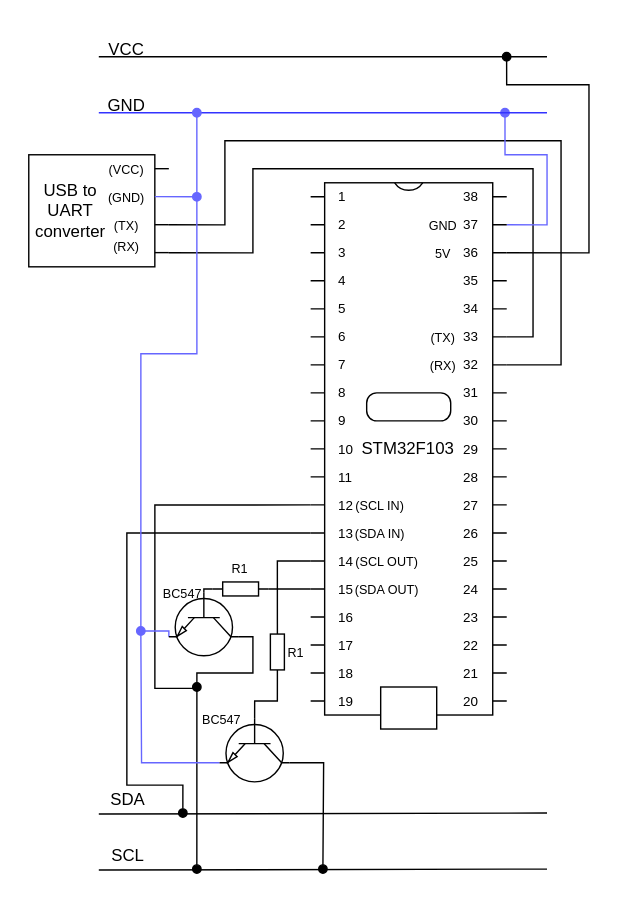
The draw.io diagram doc/stm32_i2c.svg in mateuszbugaj/CrossCompiledI2C, before a commit. Source tidied: cells renumbered, new cells last; positions are measured from the earlier drawing's top-left corner, leaving out a move shared by most shapes.
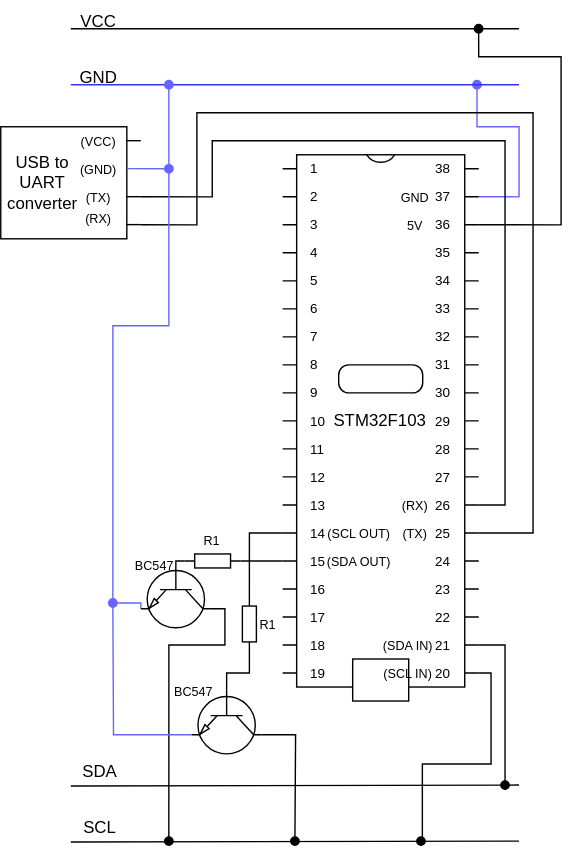
After the change.

Diff of the diagram source:
```diff
@@ -2,28 +2,6 @@
   <root>
     <mxCell id="0" />
     <mxCell id="1" parent="0" />
-    <mxCell id="2" style="edgeStyle=orthogonalEdgeStyle;rounded=0;jettySize=auto;html=1;exitX=1;exitY=0;exitDx=0;exitDy=110;exitPerimeter=0;endArrow=none;endFill=0;" parent="1" edge="1" source="8">
-      <mxGeometry relative="1" as="geometry">
-        <mxPoint x="100" y="160" as="targetPoint" />
-        <Array as="points">
-          <mxPoint x="360" y="220" />
-          <mxPoint x="360" y="100" />
-          <mxPoint x="160" y="100" />
-          <mxPoint x="160" y="160" />
-        </Array>
-      </mxGeometry>
-    </mxCell>
-    <mxCell id="3" style="edgeStyle=orthogonalEdgeStyle;rounded=0;jettySize=auto;html=1;exitX=1;exitY=0;exitDx=0;exitDy=130;exitPerimeter=0;endArrow=none;endFill=0;" parent="1" edge="1" source="8">
-      <mxGeometry relative="1" as="geometry">
-        <mxPoint x="100" y="140" as="targetPoint" />
-        <Array as="points">
-          <mxPoint x="380" y="240" />
-          <mxPoint x="380" y="80" />
-          <mxPoint x="140" y="80" />
-          <mxPoint x="140" y="140" />
-        </Array>
-      </mxGeometry>
-    </mxCell>
     <mxCell id="4" style="edgeStyle=orthogonalEdgeStyle;rounded=0;jettySize=auto;html=1;exitX=1;exitY=0;exitDx=0;exitDy=30;exitPerimeter=0;endArrow=oval;endFill=1;strokeColor=#6666FF;" parent="1" edge="1" source="8">
       <mxGeometry relative="1" as="geometry">
         <mxPoint x="340" y="60" as="targetPoint" />
@@ -44,26 +22,48 @@
         </Array>
       </mxGeometry>
     </mxCell>
-    <mxCell id="6" style="edgeStyle=orthogonalEdgeStyle;rounded=0;jettySize=auto;html=1;exitX=0;exitY=0;exitDx=0;exitDy=230;exitPerimeter=0;endArrow=oval;endFill=1;" parent="1" edge="1" source="8">
-      <mxGeometry relative="1" as="geometry">
-        <mxPoint x="120" y="470" as="targetPoint" />
-        <Array as="points">
-          <mxPoint x="90" y="340" />
-          <mxPoint x="90" y="471" />
-          <mxPoint x="120" y="471" />
-        </Array>
-      </mxGeometry>
-    </mxCell>
-    <mxCell id="7" style="edgeStyle=orthogonalEdgeStyle;rounded=0;jettySize=auto;html=1;exitX=0;exitY=0;exitDx=0;exitDy=250;exitPerimeter=0;endArrow=oval;endFill=1;" parent="1" edge="1" source="8">
-      <mxGeometry relative="1" as="geometry">
-        <mxPoint x="110" y="560" as="targetPoint" />
-        <Array as="points">
-          <mxPoint x="70" y="360" />
-          <mxPoint x="70" y="540" />
-          <mxPoint x="110" y="540" />
-        </Array>
-      </mxGeometry>
-    </mxCell>
+    <mxCell id="53" style="edgeStyle=orthogonalEdgeStyle;rounded=0;jettySize=auto;html=1;exitX=1;exitY=0;exitDx=0;exitDy=370;exitPerimeter=0;endArrow=oval;endFill=1;" parent="1" edge="1" source="8">
+      <mxGeometry relative="1" as="geometry">
+        <mxPoint x="300" y="600" as="targetPoint" />
+        <Array as="points">
+          <mxPoint x="350" y="480" />
+          <mxPoint x="350" y="545" />
+          <mxPoint x="301" y="545" />
+          <mxPoint x="301" y="600" />
+        </Array>
+      </mxGeometry>
+    </mxCell>
+    <mxCell id="54" style="edgeStyle=orthogonalEdgeStyle;rounded=0;jettySize=auto;html=1;exitX=1;exitY=0;exitDx=0;exitDy=270;exitPerimeter=0;endArrow=none;endFill=0;" parent="1" edge="1" source="8">
+      <mxGeometry relative="1" as="geometry">
+        <mxPoint x="100" y="160" as="targetPoint" />
+        <Array as="points">
+          <mxPoint x="380" y="380" />
+          <mxPoint x="380" y="80" />
+          <mxPoint x="140" y="80" />
+          <mxPoint x="140" y="160" />
+        </Array>
+      </mxGeometry>
+    </mxCell>
+    <mxCell id="55" style="edgeStyle=orthogonalEdgeStyle;rounded=0;jettySize=auto;html=1;exitX=1;exitY=0;exitDx=0;exitDy=250;exitPerimeter=0;endArrow=none;endFill=0;" parent="1" edge="1" source="8">
+      <mxGeometry relative="1" as="geometry">
+        <mxPoint x="100" y="140" as="targetPoint" />
+        <Array as="points">
+          <mxPoint x="360" y="360" />
+          <mxPoint x="360" y="100" />
+          <mxPoint x="151" y="100" />
+          <mxPoint x="151" y="140" />
+        </Array>
+      </mxGeometry>
+    </mxCell>
+    <mxCell id="56" style="edgeStyle=orthogonalEdgeStyle;rounded=0;jettySize=auto;html=1;exitX=1;exitY=0;exitDx=0;exitDy=350;exitPerimeter=0;endArrow=oval;endFill=1;" parent="1" edge="1" source="8">
+      <mxGeometry relative="1" as="geometry">
+        <mxPoint x="360" y="560" as="targetPoint" />
+        <Array as="points">
+          <mxPoint x="360" y="460" />
+          <mxPoint x="360" y="560" />
+        </Array>
+      </mxGeometry>
+    </mxCell>
     <mxCell id="8" value="STM32F103" style="shadow=0;dashed=0;align=center;html=1;strokeWidth=1;shape=mxgraph.electrical.logic_gates.dual_inline_ic;labelNames=a,b,c,d,e,f,g,h,i,j,k,l,m,n,o,p,q,r,s,t;whiteSpace=wrap;" parent="1" vertex="1">
       <mxGeometry x="201.2" y="110" width="140" height="380" as="geometry" />
     </mxCell>
@@ -176,17 +176,14 @@
     <mxCell id="29" value="&lt;font style=&quot;font-size: 9px;&quot;&gt;(SDA OUT)&lt;/font&gt;" style="text;html=1;strokeColor=none;fillColor=none;align=center;verticalAlign=middle;whiteSpace=wrap;rounded=0;rotation=0;" parent="1" vertex="1">
       <mxGeometry x="231.2" y="390" width="50" height="20" as="geometry" />
     </mxCell>
-    <mxCell id="30" value="&lt;font style=&quot;font-size: 9px;&quot;&gt;(SCL IN)&lt;/font&gt;" style="text;html=1;strokeColor=none;fillColor=none;align=center;verticalAlign=middle;whiteSpace=wrap;rounded=0;rotation=0;" parent="1" vertex="1">
-      <mxGeometry x="231.2" y="330" width="40" height="20" as="geometry" />
-    </mxCell>
     <mxCell id="31" value="&lt;font style=&quot;font-size: 9px;&quot;&gt;(SDA IN)&lt;/font&gt;" style="text;html=1;strokeColor=none;fillColor=none;align=center;verticalAlign=middle;whiteSpace=wrap;rounded=0;rotation=0;" parent="1" vertex="1">
-      <mxGeometry x="231.2" y="350" width="40" height="20" as="geometry" />
+      <mxGeometry x="271.2" y="450" width="40" height="20" as="geometry" />
     </mxCell>
     <mxCell id="32" value="&lt;font style=&quot;font-size: 9px;&quot;&gt;(RX)&lt;/font&gt;" style="text;html=1;strokeColor=none;fillColor=none;align=center;verticalAlign=middle;whiteSpace=wrap;rounded=0;rotation=0;" parent="1" vertex="1">
-      <mxGeometry x="281.2" y="230" width="30" height="20" as="geometry" />
+      <mxGeometry x="281.2" y="350" width="30" height="20" as="geometry" />
     </mxCell>
     <mxCell id="33" value="&lt;font style=&quot;font-size: 9px;&quot;&gt;(TX)&lt;/font&gt;" style="text;html=1;strokeColor=none;fillColor=none;align=center;verticalAlign=middle;whiteSpace=wrap;rounded=0;rotation=0;" parent="1" vertex="1">
-      <mxGeometry x="281.2" y="210" width="30" height="20" as="geometry" />
+      <mxGeometry x="281.2" y="370" width="30" height="20" as="geometry" />
     </mxCell>
     <mxCell id="34" style="rounded=0;whiteSpace=wrap;html=1;" parent="1" vertex="1">
       <mxGeometry y="90" width="90" height="80" as="geometry" />
@@ -257,5 +254,8 @@
     <mxCell id="52" value="&lt;font style=&quot;font-size: 9px;&quot;&gt;BC547&lt;/font&gt;" style="text;html=1;strokeColor=none;fillColor=none;align=center;verticalAlign=middle;whiteSpace=wrap;rounded=0;" parent="1" vertex="1">
       <mxGeometry x="117.5" y="485" width="40" height="15" as="geometry" />
     </mxCell>
+    <mxCell id="30" value="&lt;font style=&quot;font-size: 9px;&quot;&gt;(SCL IN)&lt;/font&gt;" style="text;html=1;strokeColor=none;fillColor=none;align=center;verticalAlign=middle;whiteSpace=wrap;rounded=0;rotation=0;" parent="1" vertex="1">
+      <mxGeometry x="271.2" y="470" width="40" height="20" as="geometry" />
+    </mxCell>
   </root>
 </mxGraphModel>
```
